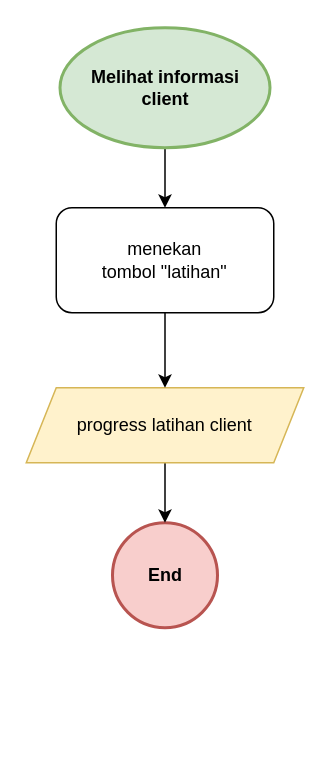
SynergyStudioBandung/synergy_studio_docs keeps this draw.io diagram as diagrams/user_flow/staff_owner_lihat_progress_latihan_client.drawio. Above is the earlier version. Source tidied: cells renumbered, new cells numbered last; positions are measured from the earlier drawing's top-left corner, leaving out a move shared by most shapes. Both pictures are drawn from the tidied source at 150%, with x=0, y=0 at pixel (26, 27).
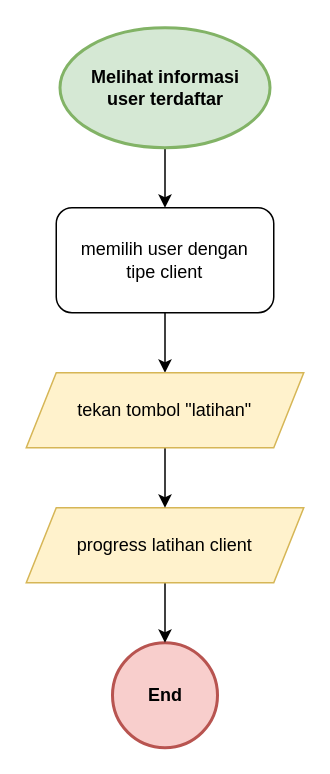
After the change.

What changed in the source:
```diff
@@
 <mxGraphModel>
   <root>
     <mxCell id="0" />
     <mxCell id="1" parent="0" />
     <mxCell id="2" value="End" style="ellipse;whiteSpace=wrap;html=1;fillColor=#f8cecc;strokeColor=#b85450;fontStyle=1;strokeWidth=2;" parent="1" vertex="1">
-      <mxGeometry x="57.5" y="330" width="70" height="70" as="geometry" />
+      <mxGeometry x="57.5" y="410" width="70" height="70" as="geometry" />
     </mxCell>
     <mxCell id="3" style="edgeStyle=orthogonalEdgeStyle;rounded=0;jettySize=auto;html=1;" parent="1" edge="1" source="4" target="8">
       <mxGeometry relative="1" as="geometry" />
     </mxCell>
-    <mxCell id="4" value="&lt;b&gt;Melihat informasi&lt;br&gt;client&lt;/b&gt;" style="ellipse;whiteSpace=wrap;html=1;fillColor=#d5e8d4;strokeColor=#82b366;strokeWidth=2;" parent="1" vertex="1">
+    <mxCell id="4" value="&lt;b&gt;Melihat informasi&lt;br&gt;user terdaftar&lt;/b&gt;" style="ellipse;whiteSpace=wrap;html=1;fillColor=#d5e8d4;strokeColor=#82b366;strokeWidth=2;" parent="1" vertex="1">
       <mxGeometry x="22.5" width="140" height="80" as="geometry" />
     </mxCell>
     <mxCell id="5" style="edgeStyle=orthogonalEdgeStyle;rounded=0;jettySize=auto;html=1;" parent="1" edge="1" source="6" target="2">
       <mxGeometry relative="1" as="geometry" />
     </mxCell>
     <mxCell id="6" value="progress latihan client" style="shape=parallelogram;perimeter=parallelogramPerimeter;whiteSpace=wrap;html=1;fixedSize=1;strokeWidth=1;fillColor=#fff2cc;strokeColor=#d6b656;" parent="1" vertex="1">
-      <mxGeometry y="240" width="185" height="50" as="geometry" />
+      <mxGeometry y="320" width="185" height="50" as="geometry" />
     </mxCell>
-    <mxCell id="7" style="edgeStyle=orthogonalEdgeStyle;rounded=0;jettySize=auto;html=1;" parent="1" edge="1" source="8" target="6">
-      <mxGeometry relative="1" as="geometry" />
-    </mxCell>
+    <mxCell id="9" style="edgeStyle=orthogonalEdgeStyle;rounded=0;jettySize=auto;html=1;" parent="1" edge="1" source="8" target="11">
+      <mxGeometry relative="1" as="geometry" />
+    </mxCell>
-    <mxCell id="8" value="menekan&lt;br&gt;tombol &quot;latihan&quot;" style="rounded=1;whiteSpace=wrap;html=1;fontSize=12;glass=0;strokeWidth=1;shadow=0;" parent="1" vertex="1">
+    <mxCell id="8" value="memilih user dengan&lt;br&gt;tipe client" style="rounded=1;whiteSpace=wrap;html=1;fontSize=12;glass=0;strokeWidth=1;shadow=0;" parent="1" vertex="1">
       <mxGeometry x="20" y="120" width="145" height="70" as="geometry" />
     </mxCell>
+    <mxCell id="10" style="edgeStyle=orthogonalEdgeStyle;rounded=0;jettySize=auto;html=1;entryX=0.5;entryY=0;entryDx=0;entryDy=0;" parent="1" edge="1" source="11" target="6">
+      <mxGeometry relative="1" as="geometry" />
+    </mxCell>
+    <mxCell id="11" value="tekan tombol &quot;latihan&quot;" style="shape=parallelogram;perimeter=parallelogramPerimeter;whiteSpace=wrap;html=1;fixedSize=1;strokeWidth=1;fillColor=#fff2cc;strokeColor=#d6b656;" parent="1" vertex="1">
+      <mxGeometry y="230" width="185" height="50" as="geometry" />
+    </mxCell>
   </root>
 </mxGraphModel>
```
